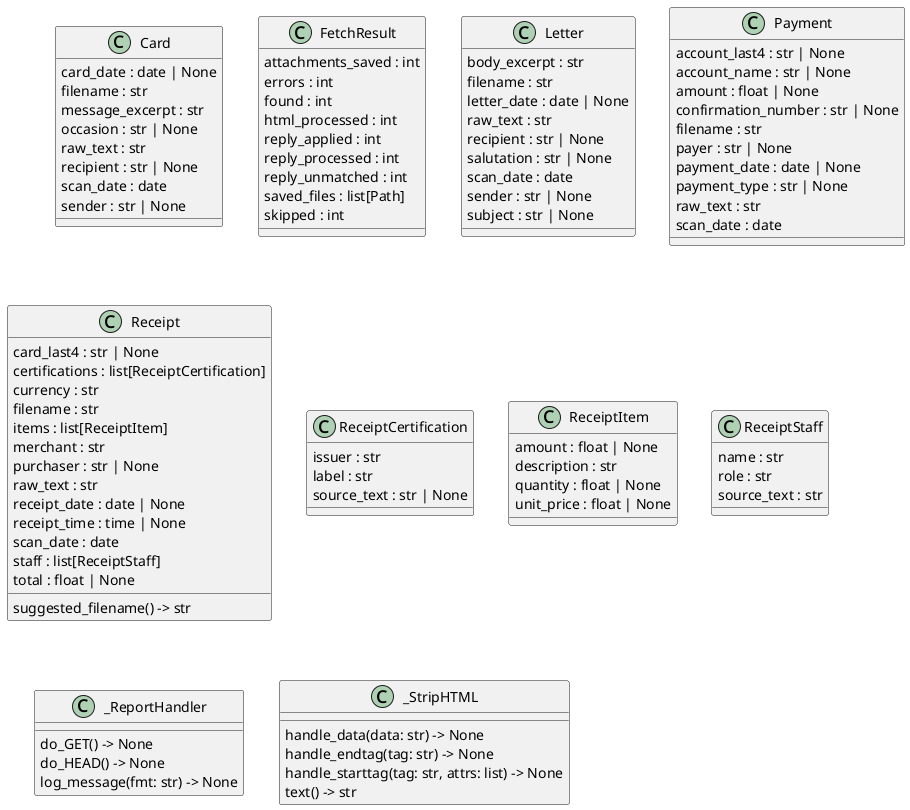
Above: docs/diagrams/python-classes.puml.png in casonk/intake (PlantUML), before the change.
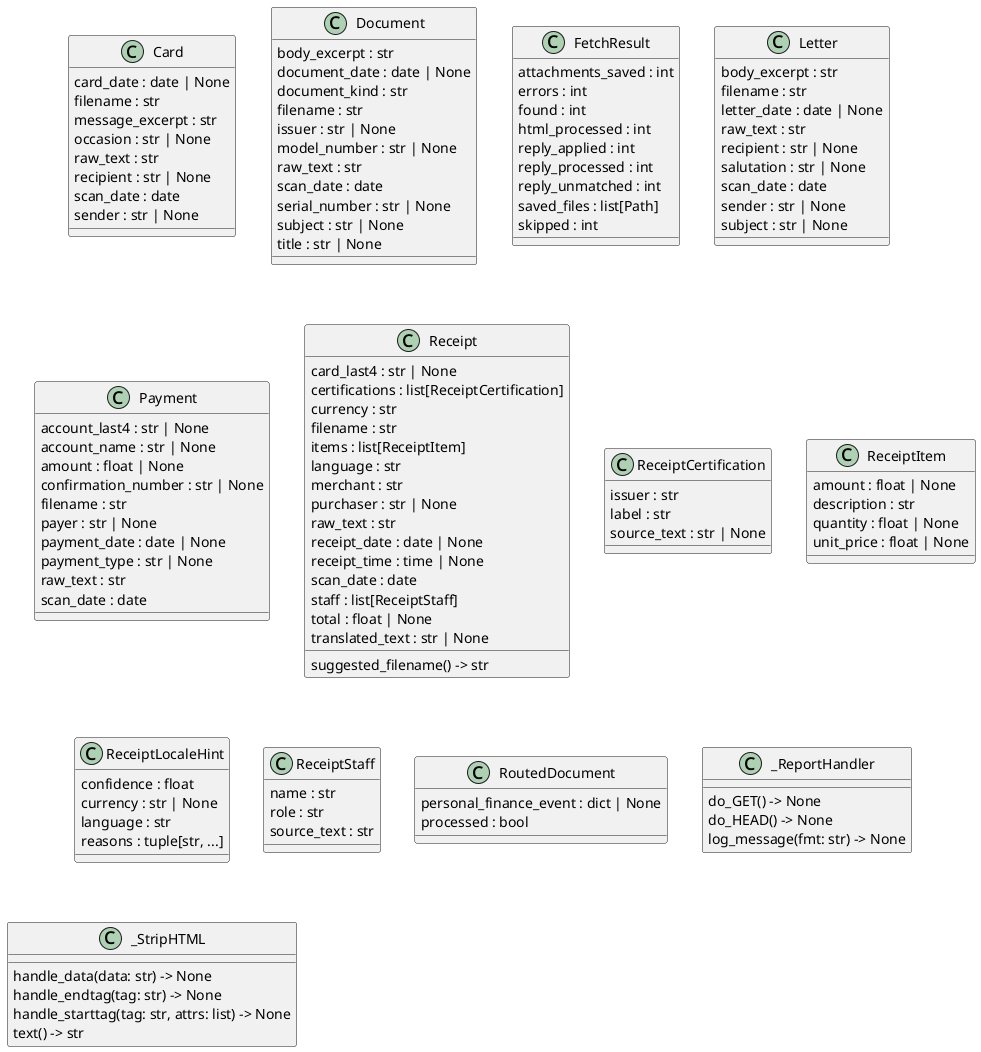
The same file after the commit.

The edit, as a diff of the source:
```diff
@@ -9,6 +9,19 @@
   recipient : str | None
   scan_date : date
   sender : str | None
+}
+class "Document" as intake.parse_document.Document {
+  body_excerpt : str
+  document_date : date | None
+  document_kind : str
+  filename : str
+  issuer : str | None
+  model_number : str | None
+  raw_text : str
+  scan_date : date
+  serial_number : str | None
+  subject : str | None
+  title : str | None
 }
 class "FetchResult" as intake.email.FetchResult {
   attachments_saved : int
@@ -50,6 +63,7 @@
   currency : str
   filename : str
   items : list[ReceiptItem]
+  language : str
   merchant : str
   purchaser : str | None
   raw_text : str
@@ -58,6 +72,7 @@
   scan_date : date
   staff : list[ReceiptStaff]
   total : float | None
+  translated_text : str | None
   suggested_filename() -> str
 }
 class "ReceiptCertification" as intake.certification.ReceiptCertification {
@@ -71,17 +86,27 @@
   quantity : float | None
   unit_price : float | None
 }
+class "ReceiptLocaleHint" as intake.language.ReceiptLocaleHint {
+  confidence : float
+  currency : str | None
+  language : str
+  reasons : tuple[str, ...]
+}
 class "ReceiptStaff" as intake.staff.ReceiptStaff {
   name : str
   role : str
   source_text : str
+}
+class "RoutedDocument" as intake.document_routing.RoutedDocument {
+  personal_finance_event : dict | None
+  processed : bool
 }
 class "_ReportHandler" as intake.web._ReportHandler {
   do_GET() -> None
   do_HEAD() -> None
   log_message(fmt: str) -> None
 }
-class "_StripHTML" as intake.email._StripHTML {
+class "_StripHTML" as intake.email_text._StripHTML {
   handle_data(data: str) -> None
   handle_endtag(tag: str) -> None
   handle_starttag(tag: str, attrs: list) -> None
```
